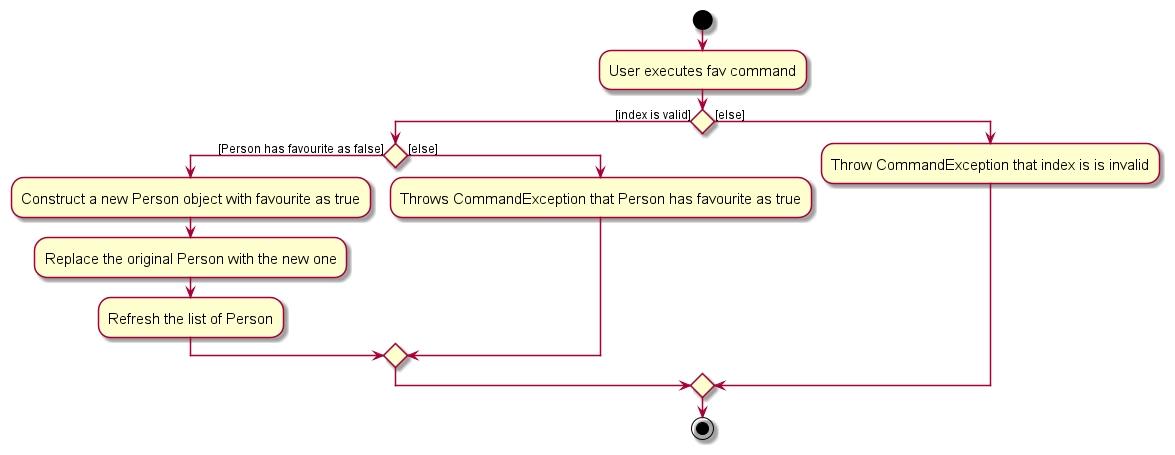
Earlier version of the PlantUML export docs/images/FavActivityDiagram.png (whitesnowx/tp). Its source is kept beside it as docs/diagrams/FavActivityDiagram.puml.
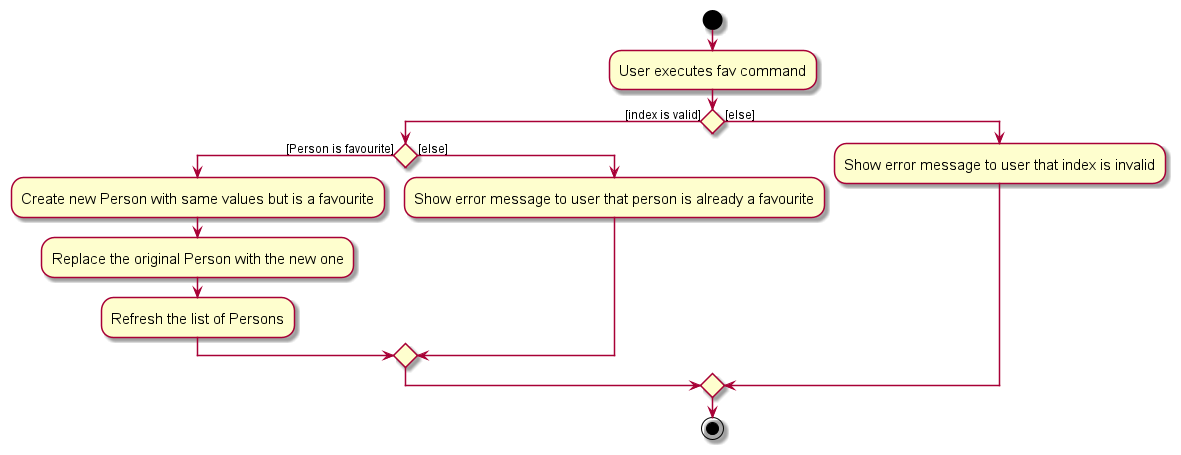
The same diagram one commit later.

Commit message:
Update `fav` and `unfav` activity diagrams

Diff of the diagram source:
```diff
@@ -7,15 +7,15 @@
 
 
 if () then ([index is valid])
-    if () then ([Person has favourite as false])
-        :Construct a new Person object with favourite as true;
+    if () then ([Person is favourite])
+        :Create new Person with same values but is a favourite;
         :Replace the original Person with the new one;
-        :Refresh the list of Person;
+        :Refresh the list of Persons;
     else ([else])
-        :Throws CommandException that Person has favourite as true;
+        :Show error message to user that person is already a favourite;
     endif
 else ([else])
-    :Throw CommandException that index is is invalid;
+    :Show error message to user that index is invalid;
 endif
 stop
 @enduml
```
